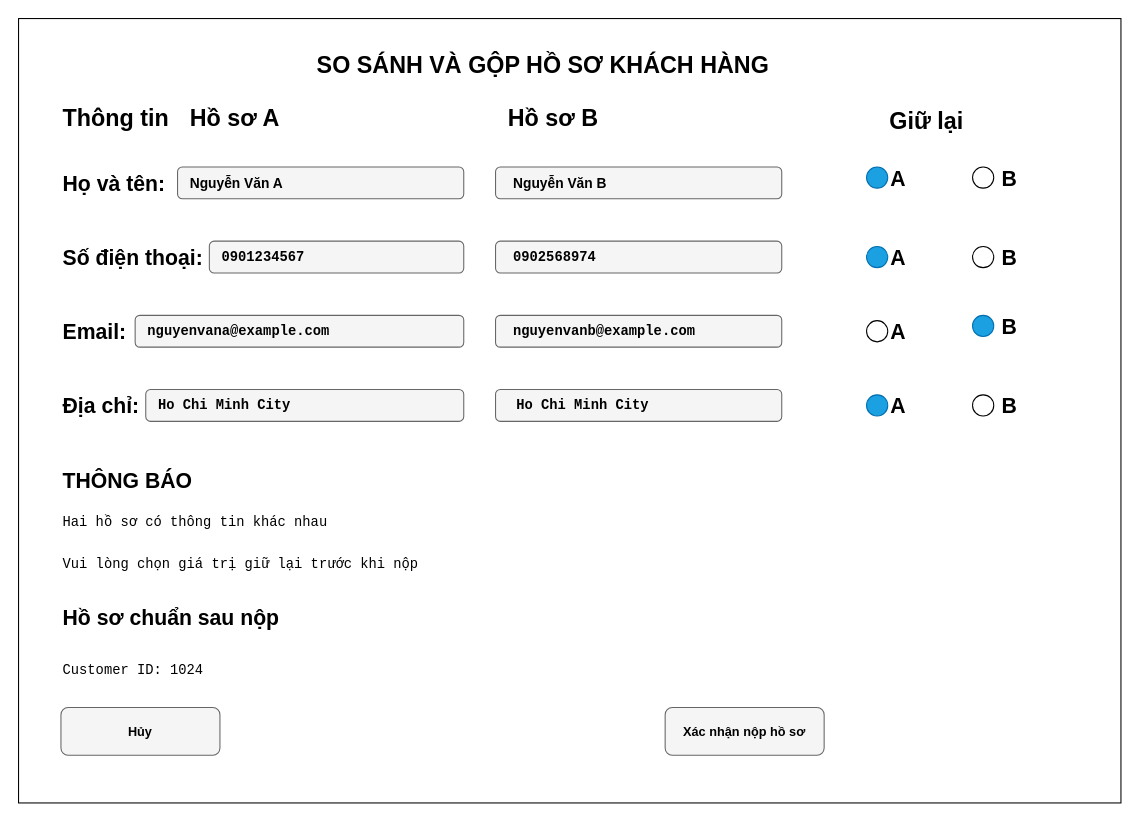
Thephuong-123/cdtn1-nguyenthephuong-l1 keeps this draw.io diagram as page "03-So-sanh-Gop-ho-so" (3 of 4) of docs/wireframe.drawio. Above is the earlier version. Source tidied: cells renumbered, new cells numbered last; positions are measured from the earlier drawing's top-left corner, leaving out a move shared by most shapes. Both pictures are drawn from the tidied source at 106%, with x=0, y=0 at pixel (18, 18).
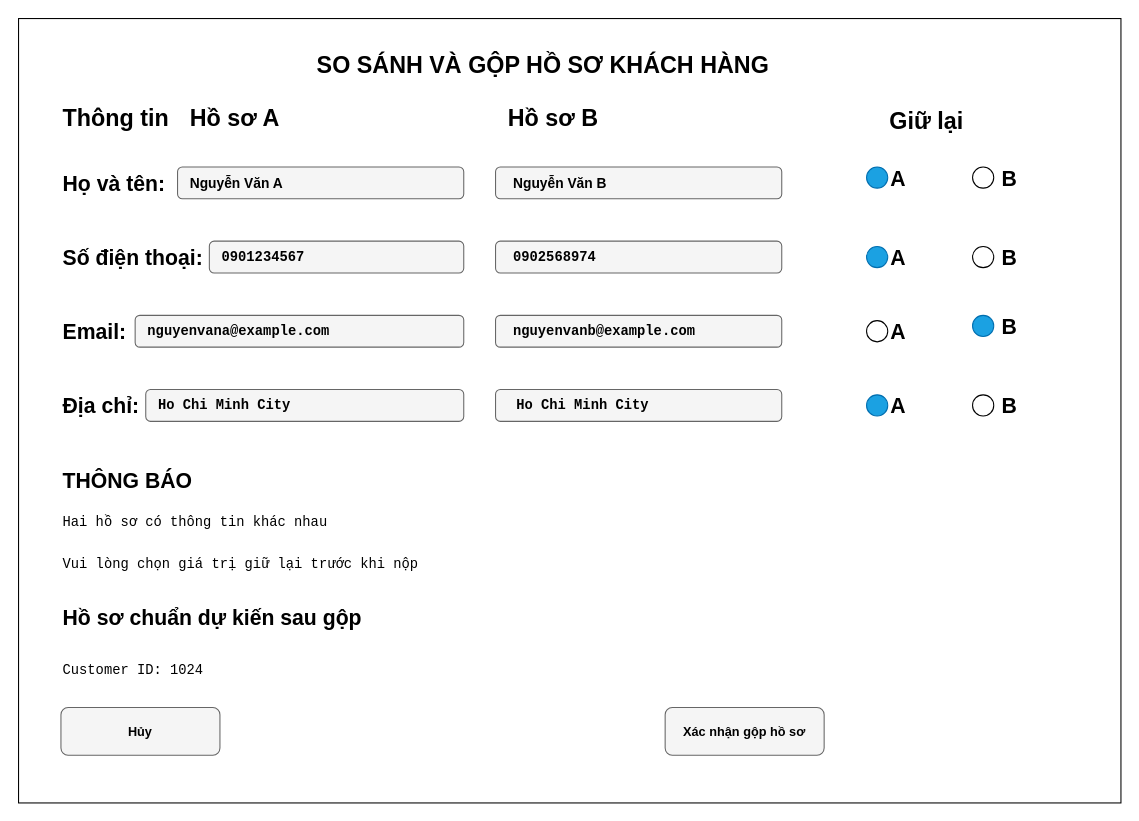
After the change.

The edit, as a diff of the source:
```diff
@@
-    <mxCell id="47" value="&lt;span style=&quot;font-size: 20px;&quot;&gt;&lt;b&gt;Hồ sơ chuẩn sau nộp&lt;/b&gt;&lt;/span&gt;" style="text;html=1;whiteSpace=wrap;strokeColor=none;fillColor=none;align=left;verticalAlign=middle;rounded=0;fontSize=12;" parent="1" vertex="1">
-      <mxGeometry x="40" y="550" width="207.5" height="30" as="geometry" />
+    <mxCell id="47" value="&lt;span style=&quot;font-size: 20px;&quot;&gt;&lt;b&gt;Hồ sơ chuẩn dự kiến sau gộp&lt;/b&gt;&lt;/span&gt;" style="text;html=1;whiteSpace=wrap;strokeColor=none;fillColor=none;align=left;verticalAlign=middle;rounded=0;fontSize=12;" parent="1" vertex="1">
+      <mxGeometry x="40" y="550" width="290" height="30" as="geometry" />
     </mxCell>
@@
-    <mxCell id="52" value="Xác nhận nộp hồ sơ" style="text;html=1;whiteSpace=wrap;strokeColor=none;fillColor=none;align=center;verticalAlign=middle;rounded=0;fontStyle=1;" parent="1" vertex="1">
+    <mxCell id="52" value="Xác nhận gộp hồ sơ" style="text;html=1;whiteSpace=wrap;strokeColor=none;fillColor=none;align=center;verticalAlign=middle;rounded=0;fontStyle=1;" parent="1" vertex="1">
       <mxGeometry x="605" y="657.5" width="160" height="30" as="geometry" />
     </mxCell>
```
